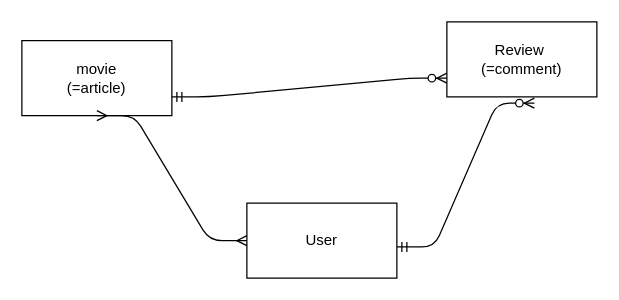
ssw02238/FinalPjt keeps this draw.io diagram as erd.drawio. Above is the earlier version. Source tidied: cells renumbered, new cells numbered last; positions are measured from the earlier drawing's top-left corner, leaving out a move shared by most shapes. Both pictures are drawn from the tidied source at 125%, with x=0, y=0 at pixel (21, 21).
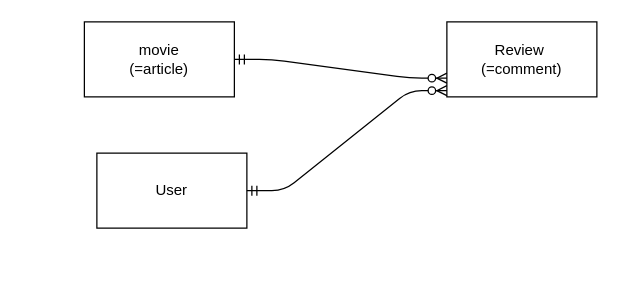
After the change.

Change to the diagram source:
```diff
@@
 <mxGraphModel>
   <root>
     <mxCell id="0" />
     <mxCell id="1" parent="0" />
     <mxCell id="2" value="movie&lt;br&gt;(=article)" style="rounded=0;whiteSpace=wrap;html=1;" parent="1" vertex="1">
-      <mxGeometry y="15" width="120" height="60" as="geometry" />
+      <mxGeometry x="50" width="120" height="60" as="geometry" />
     </mxCell>
     <mxCell id="3" value="Review&amp;nbsp;&lt;br&gt;(=comment)" style="rounded=0;whiteSpace=wrap;html=1;" parent="1" vertex="1">
       <mxGeometry x="340" width="120" height="60" as="geometry" />
     </mxCell>
     <mxCell id="4" value="User" style="rounded=0;whiteSpace=wrap;html=1;" parent="1" vertex="1">
-      <mxGeometry x="180" y="145" width="120" height="60" as="geometry" />
+      <mxGeometry x="60" y="105" width="120" height="60" as="geometry" />
     </mxCell>
-    <mxCell id="5" style="edgeStyle=entityRelationEdgeStyle;fontSize=12;html=1;endArrow=ERmany;startArrow=ERmany;entryX=0;entryY=0.5;entryDx=0;entryDy=0;exitX=0.5;exitY=1;exitDx=0;exitDy=0;" parent="1" edge="1" source="2" target="4">
-      <mxGeometry relative="1" as="geometry" />
-    </mxCell>
-    <mxCell id="6" style="edgeStyle=entityRelationEdgeStyle;fontSize=12;html=1;endArrow=ERzeroToMany;startArrow=ERmandOne;entryX=0;entryY=0.75;entryDx=0;entryDy=0;" parent="1" edge="1" target="3">
-      <mxGeometry relative="1" as="geometry">
-        <mxPoint x="120" y="60" as="sourcePoint" />
-      </mxGeometry>
+    <mxCell id="6" style="edgeStyle=entityRelationEdgeStyle;fontSize=12;html=1;endArrow=ERzeroToMany;startArrow=ERmandOne;entryX=0;entryY=0.75;entryDx=0;entryDy=0;" parent="1" edge="1" source="2" target="3">
+      <mxGeometry relative="1" as="geometry" />
     </mxCell>
-    <mxCell id="7" style="edgeStyle=entityRelationEdgeStyle;fontSize=12;html=1;endArrow=ERzeroToMany;startArrow=ERmandOne;" parent="1" edge="1">
+    <mxCell id="7" style="edgeStyle=entityRelationEdgeStyle;fontSize=12;html=1;endArrow=ERzeroToMany;startArrow=ERmandOne;" parent="1" edge="1" source="4">
       <mxGeometry relative="1" as="geometry">
-        <mxPoint x="300" y="180" as="sourcePoint" />
-        <mxPoint x="410" y="65" as="targetPoint" />
+        <mxPoint x="340" y="55" as="targetPoint" />
       </mxGeometry>
     </mxCell>
   </root>
 </mxGraphModel>
```
